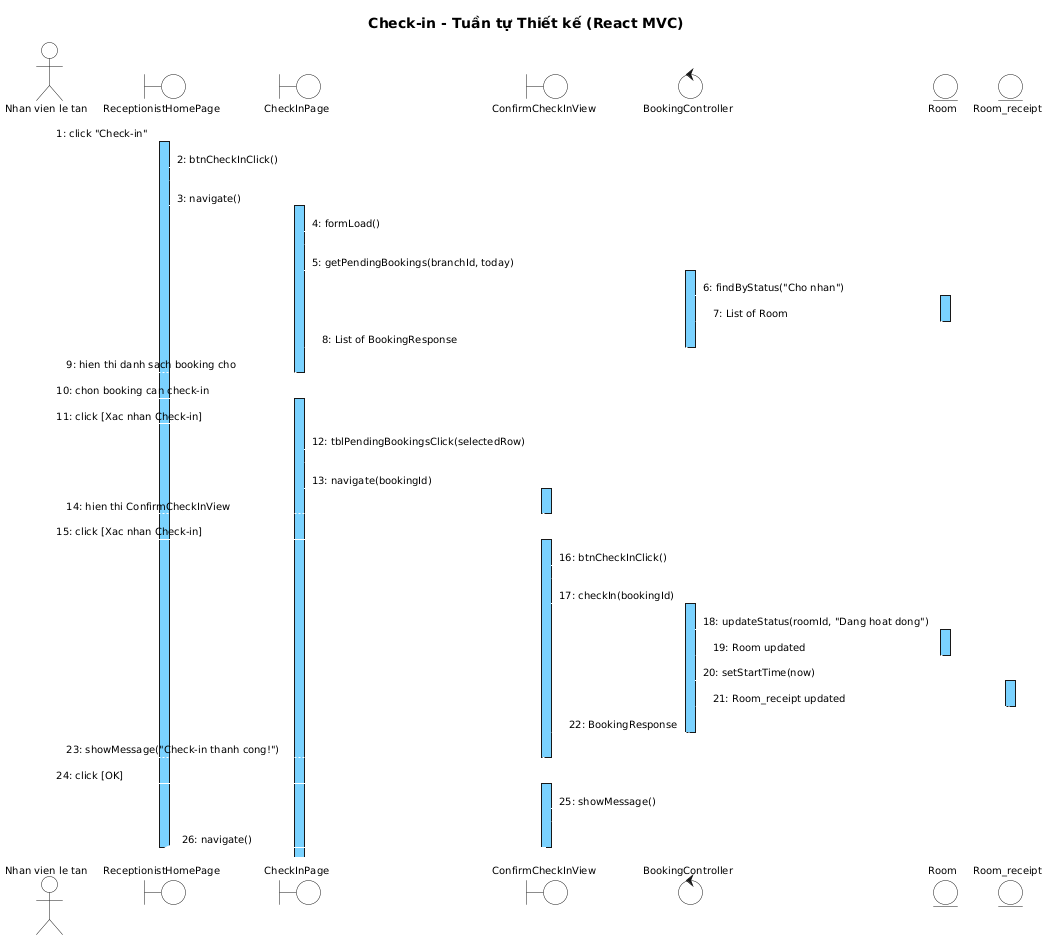
The PlantUML diagram output/diagrams/booking_seq_2.png in thanhtrnnn/cnpm, before a commit.
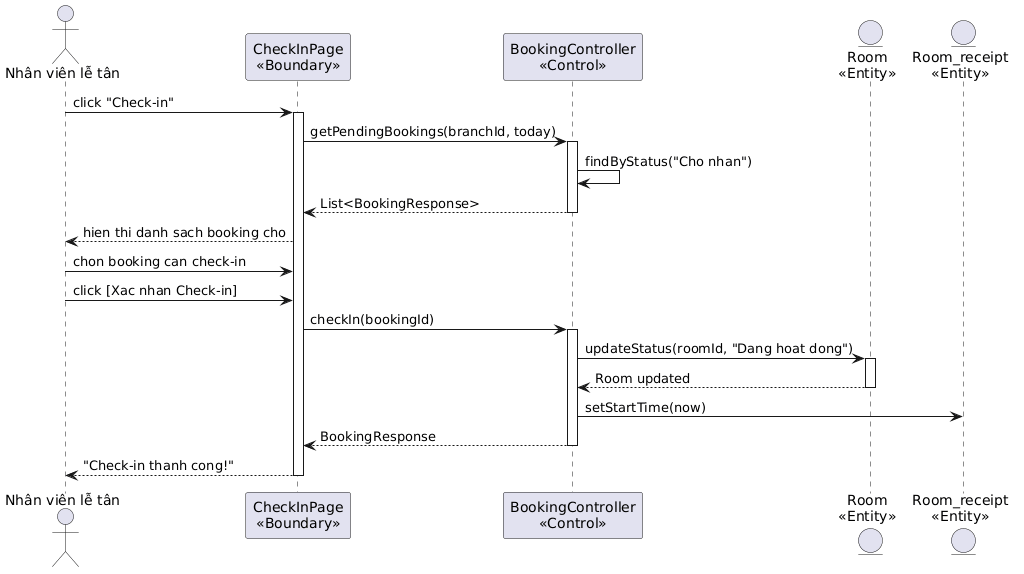
Above is the later version.

What changed in the source:
```diff
@@ -1,84 +1,30 @@
 @startuml
-skinparam shadowing false
-skinparam SequenceMessageAlign left
-skinparam SequenceLifeLineBackgroundColor #7AD2FF
-skinparam SequenceLifeLineBorderColor #000000
+actor "Nhân viên lễ tân" as NV
+participant "CheckInPage\n<<Boundary>>" as CheckIn
+participant "BookingController\n<<Control>>" as Ctrl
+entity "Room\n<<Entity>>" as Room
+entity "Room_receipt\n<<Entity>>" as RR
 
-<style>
-sequenceDiagram {
-  Shadowing 0
-  RoundCorner 0
-  FontName "Arial"
-  FontSize 10
-  FontColor #000000
-  participant { BackgroundColor #7AD2FF LineColor #000000 LineThickness 1 }
-  actor { BackgroundColor transparent LineColor #000000 }
-  boundary { BackgroundColor #7AD2FF LineColor #000000 }
-  control { BackgroundColor #7AD2FF LineColor #000000 }
-  entity { BackgroundColor #7AD2FF LineColor #000000 }
-  lifeline { LineColor #000000 LineStyle 5-5 }
-  arrow { LineColor #000000 LineThickness 1 FontSize 10 }
-}
-</style>
+NV -> CheckIn: click "Check-in"
+activate CheckIn
+CheckIn -> Ctrl: getPendingBookings(branchId, today)
+activate Ctrl
+Ctrl -> Ctrl: findByStatus("Cho nhan")
+Ctrl --> CheckIn: List<BookingResponse>
+deactivate Ctrl
+CheckIn --> NV: hien thi danh sach booking cho
 
-title Check-in - Tuần tự Thiết kế (React MVC)
-
-actor "Nhan vien le tan" as NV
-boundary ReceptionistHomePage
-boundary CheckInPage
-boundary ConfirmCheckInView
-control BookingController
-entity Room
-entity Room_receipt
-
-NV -> ReceptionistHomePage : 1: click "Check-in"
-activate ReceptionistHomePage
-ReceptionistHomePage -> ReceptionistHomePage : 2: btnCheckInClick()
-ReceptionistHomePage -> CheckInPage : 3: navigate()
-activate CheckInPage
-CheckInPage -> CheckInPage : 4: formLoad()
-CheckInPage -> BookingController : 5: getPendingBookings(branchId, today)
-activate BookingController
-BookingController -> Room : 6: findByStatus("Cho nhan")
+NV -> CheckIn: chon booking can check-in
+NV -> CheckIn: click [Xac nhan Check-in]
+CheckIn -> Ctrl: checkIn(bookingId)
+activate Ctrl
+Ctrl -> Room: updateStatus(roomId, "Dang hoat dong")
 activate Room
-Room --> BookingController : 7: List of Room
+Room --> Ctrl: Room updated
 deactivate Room
-BookingController --> CheckInPage : 8: List of BookingResponse
-deactivate BookingController
-CheckInPage --> NV : 9: hien thi danh sach booking cho
-deactivate CheckInPage
-
-NV -> CheckInPage : 10: chon booking can check-in
-activate CheckInPage
-NV -> CheckInPage : 11: click [Xac nhan Check-in]
-CheckInPage -> CheckInPage : 12: tblPendingBookingsClick(selectedRow)
-CheckInPage -> ConfirmCheckInView : 13: navigate(bookingId)
-activate ConfirmCheckInView
-ConfirmCheckInView --> NV : 14: hien thi ConfirmCheckInView
-deactivate ConfirmCheckInView
-
-NV -> ConfirmCheckInView : 15: click [Xac nhan Check-in]
-activate ConfirmCheckInView
-ConfirmCheckInView -> ConfirmCheckInView : 16: btnCheckInClick()
-ConfirmCheckInView -> BookingController : 17: checkIn(bookingId)
-activate BookingController
-BookingController -> Room : 18: updateStatus(roomId, "Dang hoat dong")
-activate Room
-Room --> BookingController : 19: Room updated
-deactivate Room
-BookingController -> Room_receipt : 20: setStartTime(now)
-activate Room_receipt
-Room_receipt --> BookingController : 21: Room_receipt updated
-deactivate Room_receipt
-BookingController --> ConfirmCheckInView : 22: BookingResponse
-deactivate BookingController
-ConfirmCheckInView --> NV : 23: showMessage("Check-in thanh cong!")
-deactivate ConfirmCheckInView
-
-NV -> ConfirmCheckInView : 24: click [OK]
-activate ConfirmCheckInView
-ConfirmCheckInView -> ConfirmCheckInView : 25: showMessage()
-ConfirmCheckInView -> ReceptionistHomePage : 26: navigate()
-deactivate ConfirmCheckInView
-deactivate ReceptionistHomePage
+Ctrl -> RR: setStartTime(now)
+Ctrl --> CheckIn: BookingResponse
+deactivate Ctrl
+CheckIn --> NV: "Check-in thanh cong!"
+deactivate CheckIn
 @enduml
```
